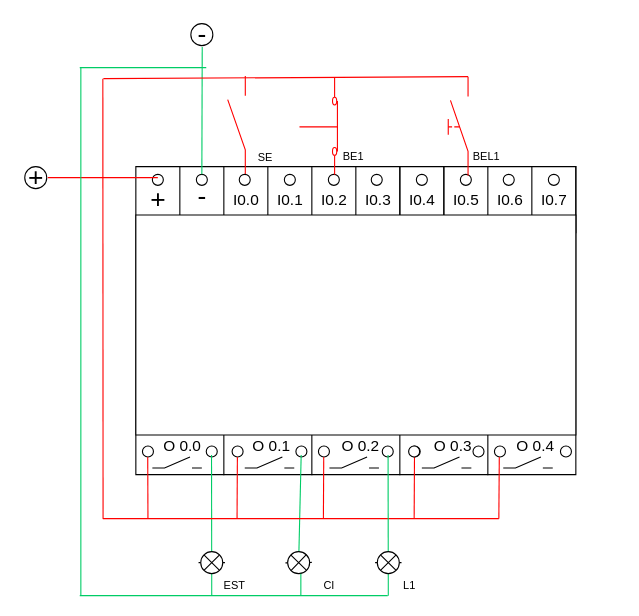
Before: ConveyorDriveDiagram.drawio in vittoria-thomasini/industrial-automation-plc, a draw.io diagram. Source tidied: cells renumbered, new cells numbered last; positions are measured from the earlier drawing's top-left corner, leaving out a move shared by most shapes. Both pictures are drawn from the tidied source at 110%, with x=0, y=0 at pixel (19, 23).
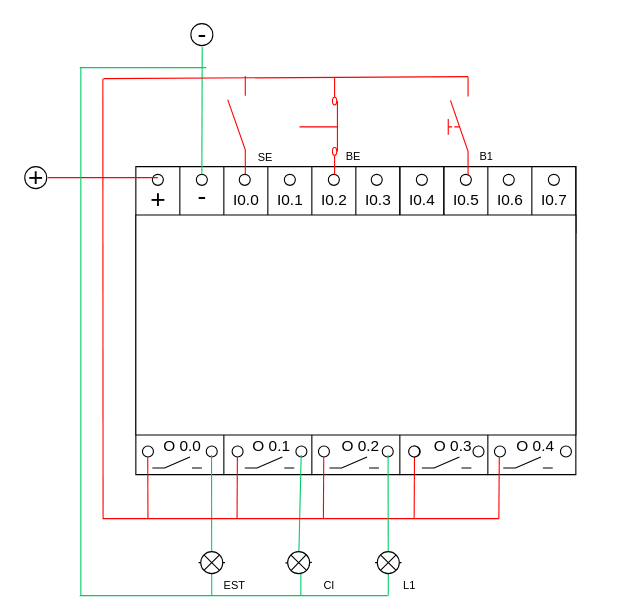
The same diagram, later.

The edit, as a diff of the source:
```diff
@@
-    <mxCell id="86" value="&lt;span style=&quot;font-size: 10px&quot;&gt;BE1&lt;/span&gt;" style="text;html=1;strokeColor=none;fillColor=none;align=center;verticalAlign=middle;whiteSpace=wrap;rounded=0;" parent="1" vertex="1">
+    <mxCell id="86" value="&lt;span style=&quot;font-size: 10px&quot;&gt;BE&lt;/span&gt;" style="text;html=1;strokeColor=none;fillColor=none;align=center;verticalAlign=middle;whiteSpace=wrap;rounded=0;" parent="1" vertex="1">
       <mxGeometry x="283.5" y="110" width="40" height="20" as="geometry" />
     </mxCell>
-    <mxCell id="87" value="&lt;span style=&quot;font-size: 10px&quot;&gt;BEL1&lt;/span&gt;" style="text;html=1;strokeColor=none;fillColor=none;align=center;verticalAlign=middle;whiteSpace=wrap;rounded=0;" parent="1" vertex="1">
+    <mxCell id="87" value="&lt;span style=&quot;font-size: 10px&quot;&gt;B1&lt;/span&gt;" style="text;html=1;strokeColor=none;fillColor=none;align=center;verticalAlign=middle;whiteSpace=wrap;rounded=0;" parent="1" vertex="1">
       <mxGeometry x="404.5" y="110" width="40" height="20" as="geometry" />
     </mxCell>
```
